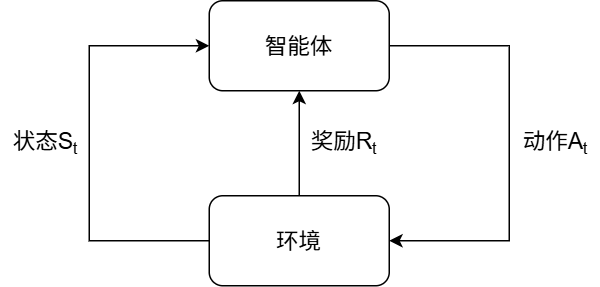
This is Fig/ces-cn_drl.png from QianGuoZi/MyThesis, a draw.io export, as it was before one commit. Source tidied: cells renumbered, new cells last; positions are measured from the earlier drawing's top-left corner, leaving out a move shared by most shapes. Source of this version:
```xml
<mxGraphModel>
  <root>
    <mxCell id="0" />
    <mxCell id="1" parent="0" />
    <mxCell id="2" style="edgeStyle=orthogonalEdgeStyle;rounded=0;jettySize=auto;html=1;entryX=1;entryY=0.5;entryDx=0;entryDy=0;exitX=1;exitY=0.5;exitDx=0;exitDy=0;" parent="1" edge="1" source="3" target="6">
      <mxGeometry relative="1" as="geometry">
        <Array as="points">
          <mxPoint x="339" y="30" />
          <mxPoint x="339" y="160" />
        </Array>
      </mxGeometry>
    </mxCell>
    <mxCell id="3" value="智能体" style="rounded=1;whiteSpace=wrap;html=1;fontSize=15;" parent="1" vertex="1">
      <mxGeometry x="139" width="120" height="60" as="geometry" />
    </mxCell>
    <mxCell id="4" style="edgeStyle=orthogonalEdgeStyle;rounded=0;jettySize=auto;html=1;" parent="1" edge="1" source="6" target="3">
      <mxGeometry relative="1" as="geometry" />
    </mxCell>
    <mxCell id="5" style="edgeStyle=orthogonalEdgeStyle;rounded=0;jettySize=auto;html=1;entryX=0;entryY=0.5;entryDx=0;entryDy=0;exitX=0;exitY=0.5;exitDx=0;exitDy=0;" parent="1" edge="1" source="6" target="3">
      <mxGeometry relative="1" as="geometry">
        <Array as="points">
          <mxPoint x="59" y="160" />
          <mxPoint x="59" y="30" />
        </Array>
      </mxGeometry>
    </mxCell>
    <mxCell id="6" value="环境" style="rounded=1;whiteSpace=wrap;html=1;fontSize=15;" parent="1" vertex="1">
      <mxGeometry x="139" y="130" width="120" height="60" as="geometry" />
    </mxCell>
    <mxCell id="7" value="&lt;font style=&quot;font-size: 15px;&quot;&gt;奖励R&lt;/font&gt;&lt;font style=&quot;font-size: 12.5px;&quot;&gt;&lt;sub&gt;t&lt;/sub&gt;&lt;/font&gt;" style="text;html=1;whiteSpace=wrap;strokeColor=none;fillColor=none;align=center;verticalAlign=middle;rounded=0;" parent="1" vertex="1">
      <mxGeometry x="199" y="80" width="60" height="30" as="geometry" />
    </mxCell>
    <mxCell id="8" value="&lt;font style=&quot;font-size: 15px;&quot;&gt;动作A&lt;/font&gt;&lt;font style=&quot;font-size: 12.5px;&quot;&gt;&lt;sub&gt;t&lt;/sub&gt;&lt;/font&gt;" style="text;html=1;whiteSpace=wrap;strokeColor=none;fillColor=none;align=center;verticalAlign=middle;rounded=0;" parent="1" vertex="1">
      <mxGeometry x="340" y="80" width="60" height="30" as="geometry" />
    </mxCell>
    <mxCell id="9" value="&lt;font style=&quot;font-size: 15px;&quot;&gt;状态S&lt;/font&gt;&lt;font style=&quot;font-size: 12.5px;&quot;&gt;&lt;sub&gt;t&lt;/sub&gt;&lt;/font&gt;" style="text;html=1;whiteSpace=wrap;strokeColor=none;fillColor=none;align=center;verticalAlign=middle;rounded=0;" parent="1" vertex="1">
      <mxGeometry y="80" width="60" height="30" as="geometry" />
    </mxCell>
  </root>
</mxGraphModel>
```
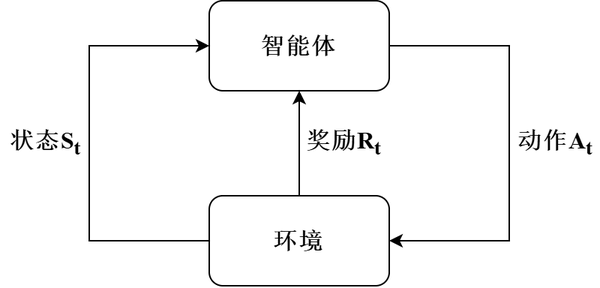
The same diagram one commit later.

Diff of the diagram source:
```diff
@@ -10,7 +10,7 @@
         </Array>
       </mxGeometry>
     </mxCell>
-    <mxCell id="3" value="智能体" style="rounded=1;whiteSpace=wrap;html=1;fontSize=15;" parent="1" vertex="1">
+    <mxCell id="3" value="智能体" style="rounded=1;whiteSpace=wrap;html=1;fontSize=16;fontFamily=宋体;fontStyle=1;" parent="1" vertex="1">
       <mxGeometry x="139" width="120" height="60" as="geometry" />
     </mxCell>
     <mxCell id="4" style="edgeStyle=orthogonalEdgeStyle;rounded=0;jettySize=auto;html=1;" parent="1" edge="1" source="6" target="3">
@@ -24,16 +24,16 @@
         </Array>
       </mxGeometry>
     </mxCell>
-    <mxCell id="6" value="环境" style="rounded=1;whiteSpace=wrap;html=1;fontSize=15;" parent="1" vertex="1">
+    <mxCell id="6" value="环境" style="rounded=1;whiteSpace=wrap;html=1;fontSize=16;fontFamily=宋体;fontStyle=1;" parent="1" vertex="1">
       <mxGeometry x="139" y="130" width="120" height="60" as="geometry" />
     </mxCell>
-    <mxCell id="7" value="&lt;font style=&quot;font-size: 15px;&quot;&gt;奖励R&lt;/font&gt;&lt;font style=&quot;font-size: 12.5px;&quot;&gt;&lt;sub&gt;t&lt;/sub&gt;&lt;/font&gt;" style="text;html=1;whiteSpace=wrap;strokeColor=none;fillColor=none;align=center;verticalAlign=middle;rounded=0;" parent="1" vertex="1">
+    <mxCell id="7" value="&lt;font&gt;奖励&lt;font face=&quot;Times New Roman&quot;&gt;R&lt;/font&gt;&lt;/font&gt;&lt;font face=&quot;Times New Roman&quot;&gt;&lt;sub&gt;t&lt;/sub&gt;&lt;/font&gt;" style="text;html=1;whiteSpace=wrap;strokeColor=none;fillColor=none;align=center;verticalAlign=middle;rounded=0;fontFamily=宋体;fontStyle=1;fontSize=16;" parent="1" vertex="1">
       <mxGeometry x="199" y="80" width="60" height="30" as="geometry" />
     </mxCell>
-    <mxCell id="8" value="&lt;font style=&quot;font-size: 15px;&quot;&gt;动作A&lt;/font&gt;&lt;font style=&quot;font-size: 12.5px;&quot;&gt;&lt;sub&gt;t&lt;/sub&gt;&lt;/font&gt;" style="text;html=1;whiteSpace=wrap;strokeColor=none;fillColor=none;align=center;verticalAlign=middle;rounded=0;" parent="1" vertex="1">
+    <mxCell id="8" value="&lt;font&gt;动作&lt;font face=&quot;Times New Roman&quot;&gt;A&lt;/font&gt;&lt;/font&gt;&lt;font face=&quot;Times New Roman&quot;&gt;&lt;sub&gt;t&lt;/sub&gt;&lt;/font&gt;" style="text;html=1;whiteSpace=wrap;strokeColor=none;fillColor=none;align=center;verticalAlign=middle;rounded=0;fontFamily=宋体;fontStyle=1;fontSize=16;" parent="1" vertex="1">
       <mxGeometry x="340" y="80" width="60" height="30" as="geometry" />
     </mxCell>
-    <mxCell id="9" value="&lt;font style=&quot;font-size: 15px;&quot;&gt;状态S&lt;/font&gt;&lt;font style=&quot;font-size: 12.5px;&quot;&gt;&lt;sub&gt;t&lt;/sub&gt;&lt;/font&gt;" style="text;html=1;whiteSpace=wrap;strokeColor=none;fillColor=none;align=center;verticalAlign=middle;rounded=0;" parent="1" vertex="1">
+    <mxCell id="9" value="&lt;font&gt;状态&lt;font face=&quot;Times New Roman&quot;&gt;S&lt;/font&gt;&lt;/font&gt;&lt;font face=&quot;Times New Roman&quot;&gt;&lt;sub&gt;t&lt;/sub&gt;&lt;/font&gt;" style="text;html=1;whiteSpace=wrap;strokeColor=none;fillColor=none;align=center;verticalAlign=middle;rounded=0;fontFamily=宋体;fontStyle=1;fontSize=16;" parent="1" vertex="1">
       <mxGeometry y="80" width="60" height="30" as="geometry" />
     </mxCell>
   </root>
```
